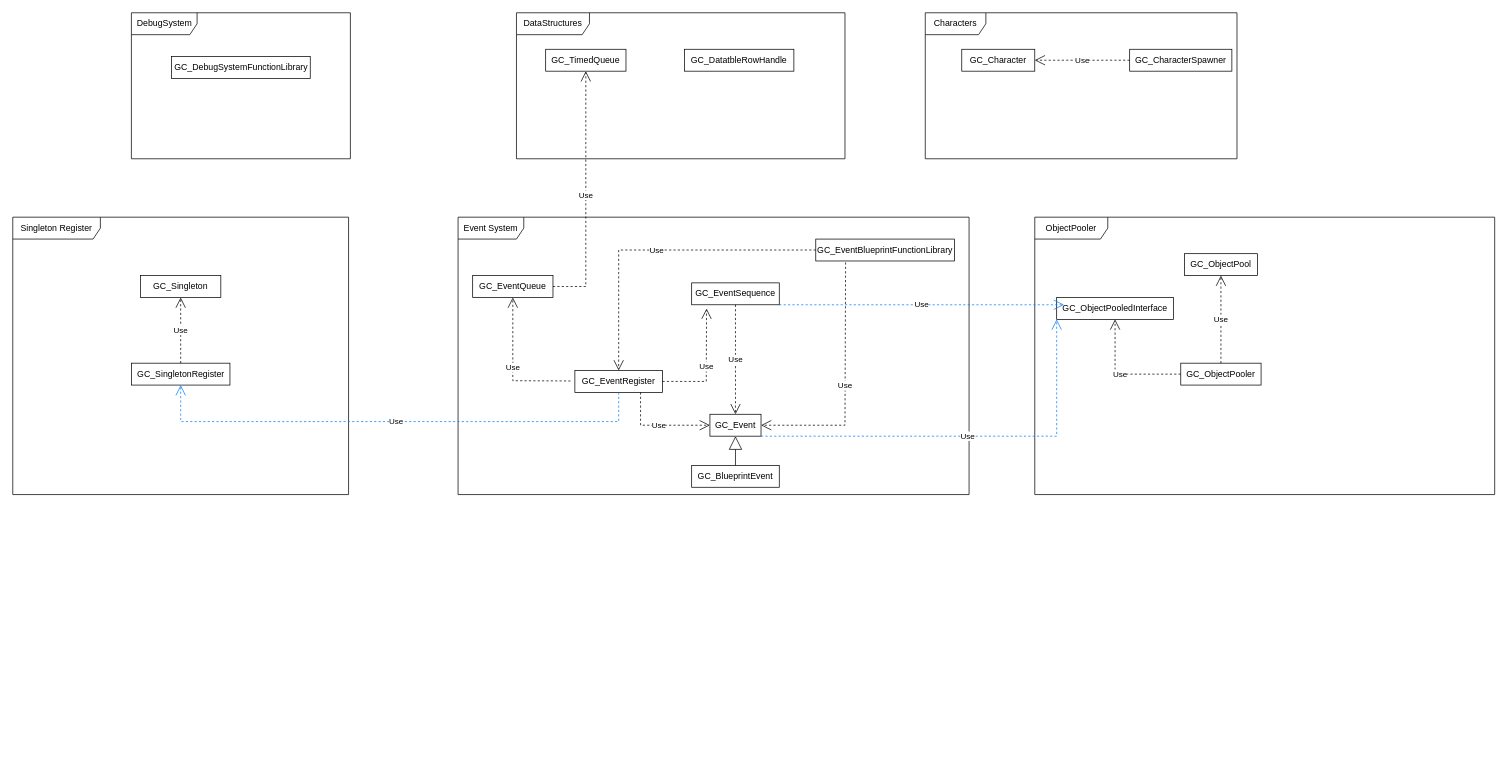
marckiarck/CumpleJuan keeps this draw.io diagram as Docs/GenericClassesDependencies.drawio. Above is the earlier version. Source tidied: cells renumbered, new cells numbered last; positions are measured from the earlier drawing's top-left corner, leaving out a move shared by most shapes. Both pictures are drawn from the tidied source at 73%, with x=0, y=0 at pixel (12, 12).
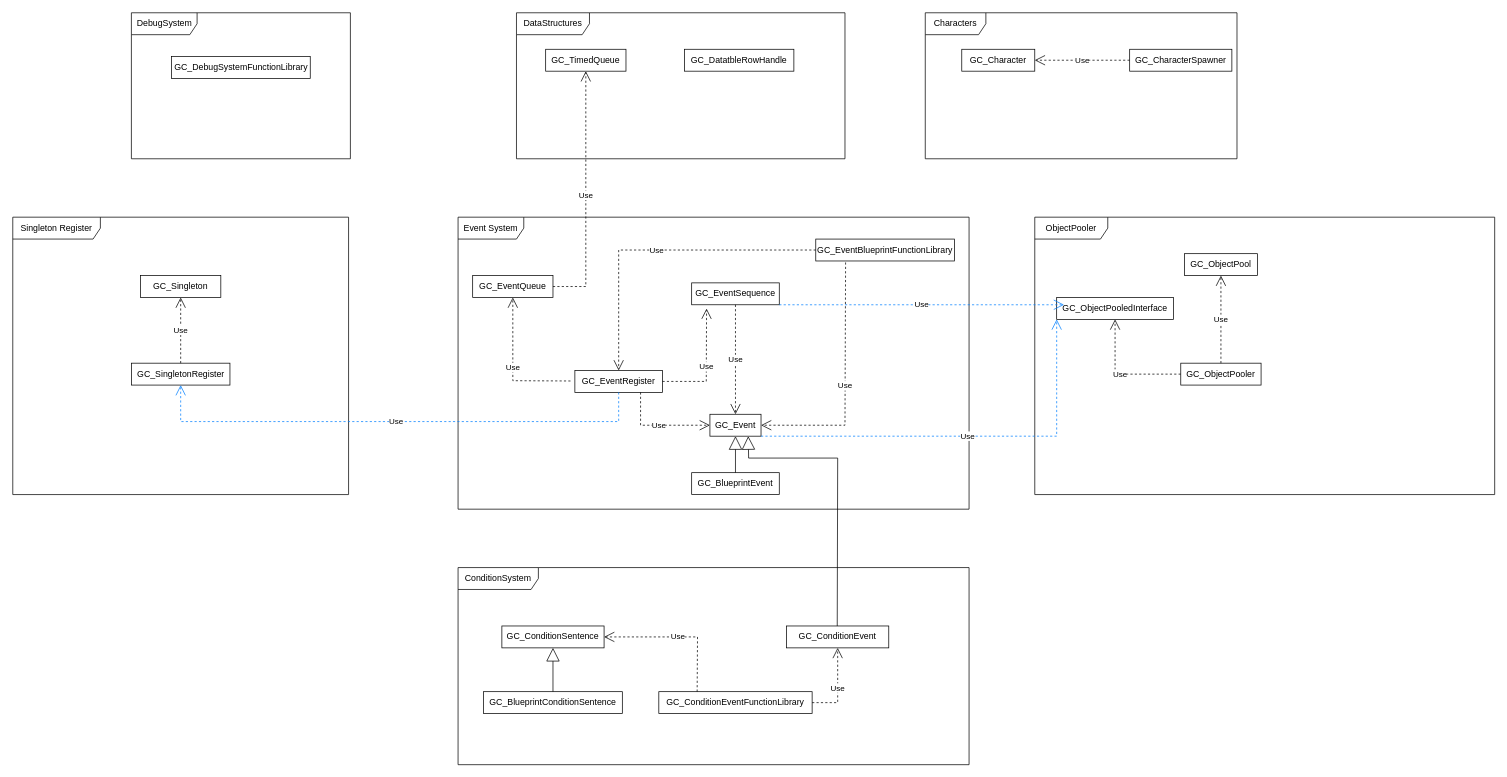
Above is the later version.

Unchanged cells that the change refers to:
```xml
<mxCell id="3" value="GC_Event" style="html=1;whiteSpace=wrap;" parent="1" vertex="1">
  <mxGeometry x="955" y="550" width="70" height="30" as="geometry" />
</mxCell>
```

Change to the diagram source:
```diff
@@
     <mxCell id="2" value="Event System" style="shape=umlFrame;whiteSpace=wrap;html=1;width=90;height=30;" parent="1" vertex="1">
-      <mxGeometry x="610" y="280" width="700" height="380" as="geometry" />
+      <mxGeometry x="610" y="280" width="700" height="400" as="geometry" />
     </mxCell>
@@
     <mxCell id="4" value="GC_BlueprintEvent" style="html=1;whiteSpace=wrap;" parent="1" vertex="1">
-      <mxGeometry x="930" y="620" width="120" height="30" as="geometry" />
+      <mxGeometry x="930" y="630" width="120" height="30" as="geometry" />
     </mxCell>
@@
+    <mxCell id="39" value="ConditionSystem" style="shape=umlFrame;whiteSpace=wrap;html=1;width=110;height=30;" parent="1" vertex="1">
+      <mxGeometry x="610" y="760" width="700" height="270" as="geometry" />
+    </mxCell>
+    <mxCell id="40" value="GC_ConditionSentence" style="html=1;whiteSpace=wrap;" parent="1" vertex="1">
+      <mxGeometry x="670" y="840" width="140" height="30" as="geometry" />
+    </mxCell>
+    <mxCell id="41" value="GC_BlueprintConditionSentence" style="html=1;whiteSpace=wrap;" parent="1" vertex="1">
+      <mxGeometry x="645" y="930" width="190" height="30" as="geometry" />
+    </mxCell>
+    <mxCell id="42" style="endArrow=block;endSize=16;endFill=0;html=1;rounded=0;entryX=0.5;entryY=1;entryDx=0;entryDy=0;exitX=0.5;exitY=0;exitDx=0;exitDy=0;" parent="1" edge="1" source="41" target="40">
+      <mxGeometry relative="1" as="geometry" />
+    </mxCell>
+    <mxCell id="43" value="GC_ConditionEvent" style="html=1;whiteSpace=wrap;" parent="1" vertex="1">
+      <mxGeometry x="1060" y="840" width="140" height="30" as="geometry" />
+    </mxCell>
+    <mxCell id="44" style="endArrow=block;endSize=16;endFill=0;html=1;rounded=0;entryX=0.75;entryY=1;entryDx=0;entryDy=0;exitX=0.5;exitY=0;exitDx=0;exitDy=0;" parent="1" edge="1" target="3">
+      <mxGeometry relative="1" as="geometry">
+        <mxPoint x="1129.4" y="840" as="sourcePoint" />
+        <Array as="points">
+          <mxPoint x="1130" y="610" />
+          <mxPoint x="1008" y="610" />
+        </Array>
+      </mxGeometry>
+    </mxCell>
+    <mxCell id="45" value="GC_ConditionEventFunctionLibrary" style="html=1;whiteSpace=wrap;" parent="1" vertex="1">
+      <mxGeometry x="885" y="930" width="210" height="30" as="geometry" />
+    </mxCell>
+    <mxCell id="46" value="Use" style="endArrow=open;endSize=12;dashed=1;html=1;rounded=0;exitX=1;exitY=0.5;exitDx=0;exitDy=0;" parent="1" edge="1" source="45" target="43">
+      <mxGeometry relative="1" as="geometry">
+        <Array as="points">
+          <mxPoint x="1130" y="945" />
+        </Array>
+      </mxGeometry>
+    </mxCell>
+    <mxCell id="47" value="Use" style="endArrow=open;endSize=12;dashed=1;html=1;rounded=0;exitX=0.25;exitY=0;exitDx=0;exitDy=0;entryX=1;entryY=0.5;entryDx=0;entryDy=0;" parent="1" edge="1" source="45" target="40">
+      <mxGeometry relative="1" as="geometry">
+        <Array as="points">
+          <mxPoint x="938" y="855" />
+        </Array>
+      </mxGeometry>
+    </mxCell>
```
